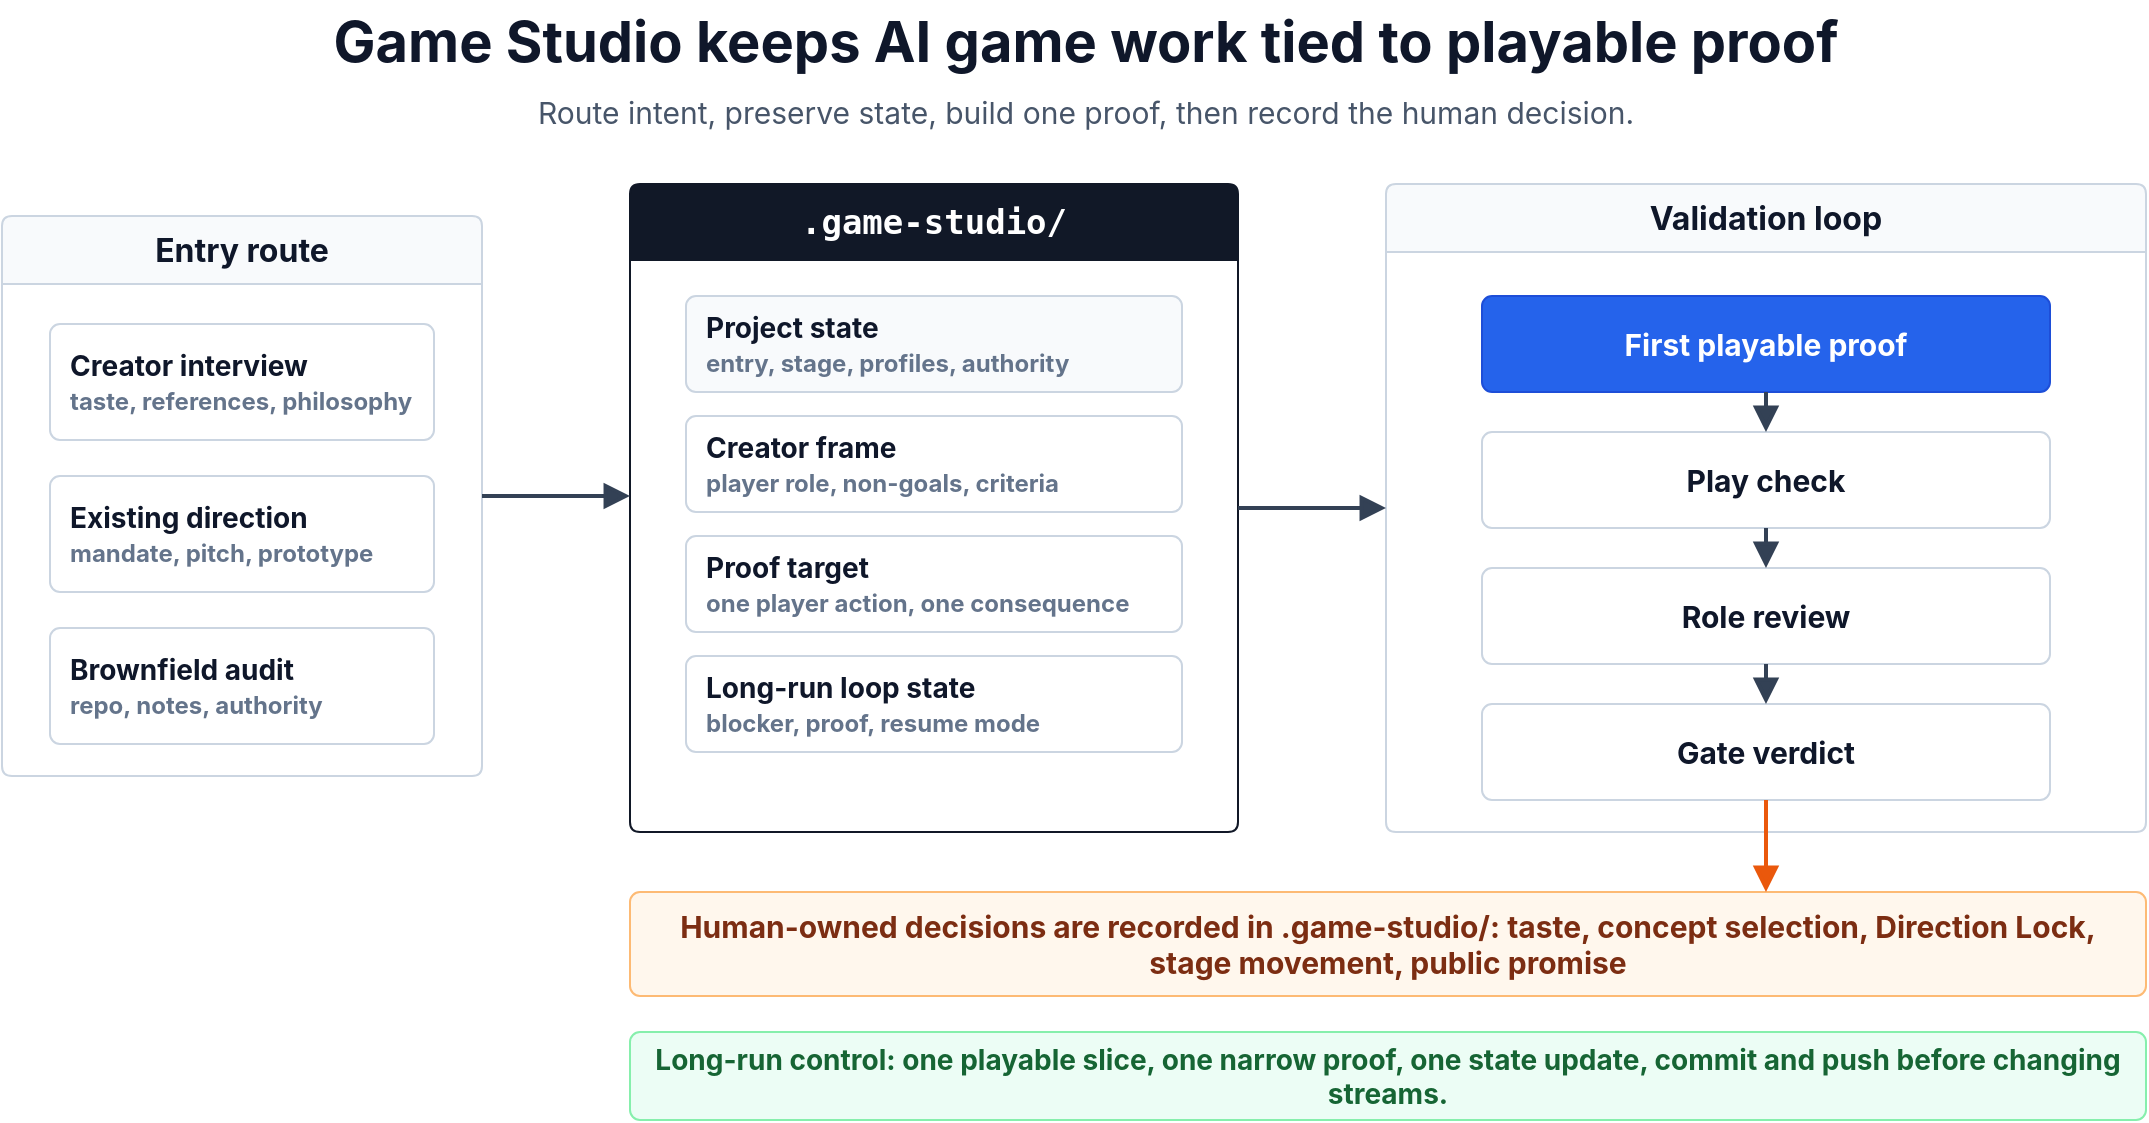
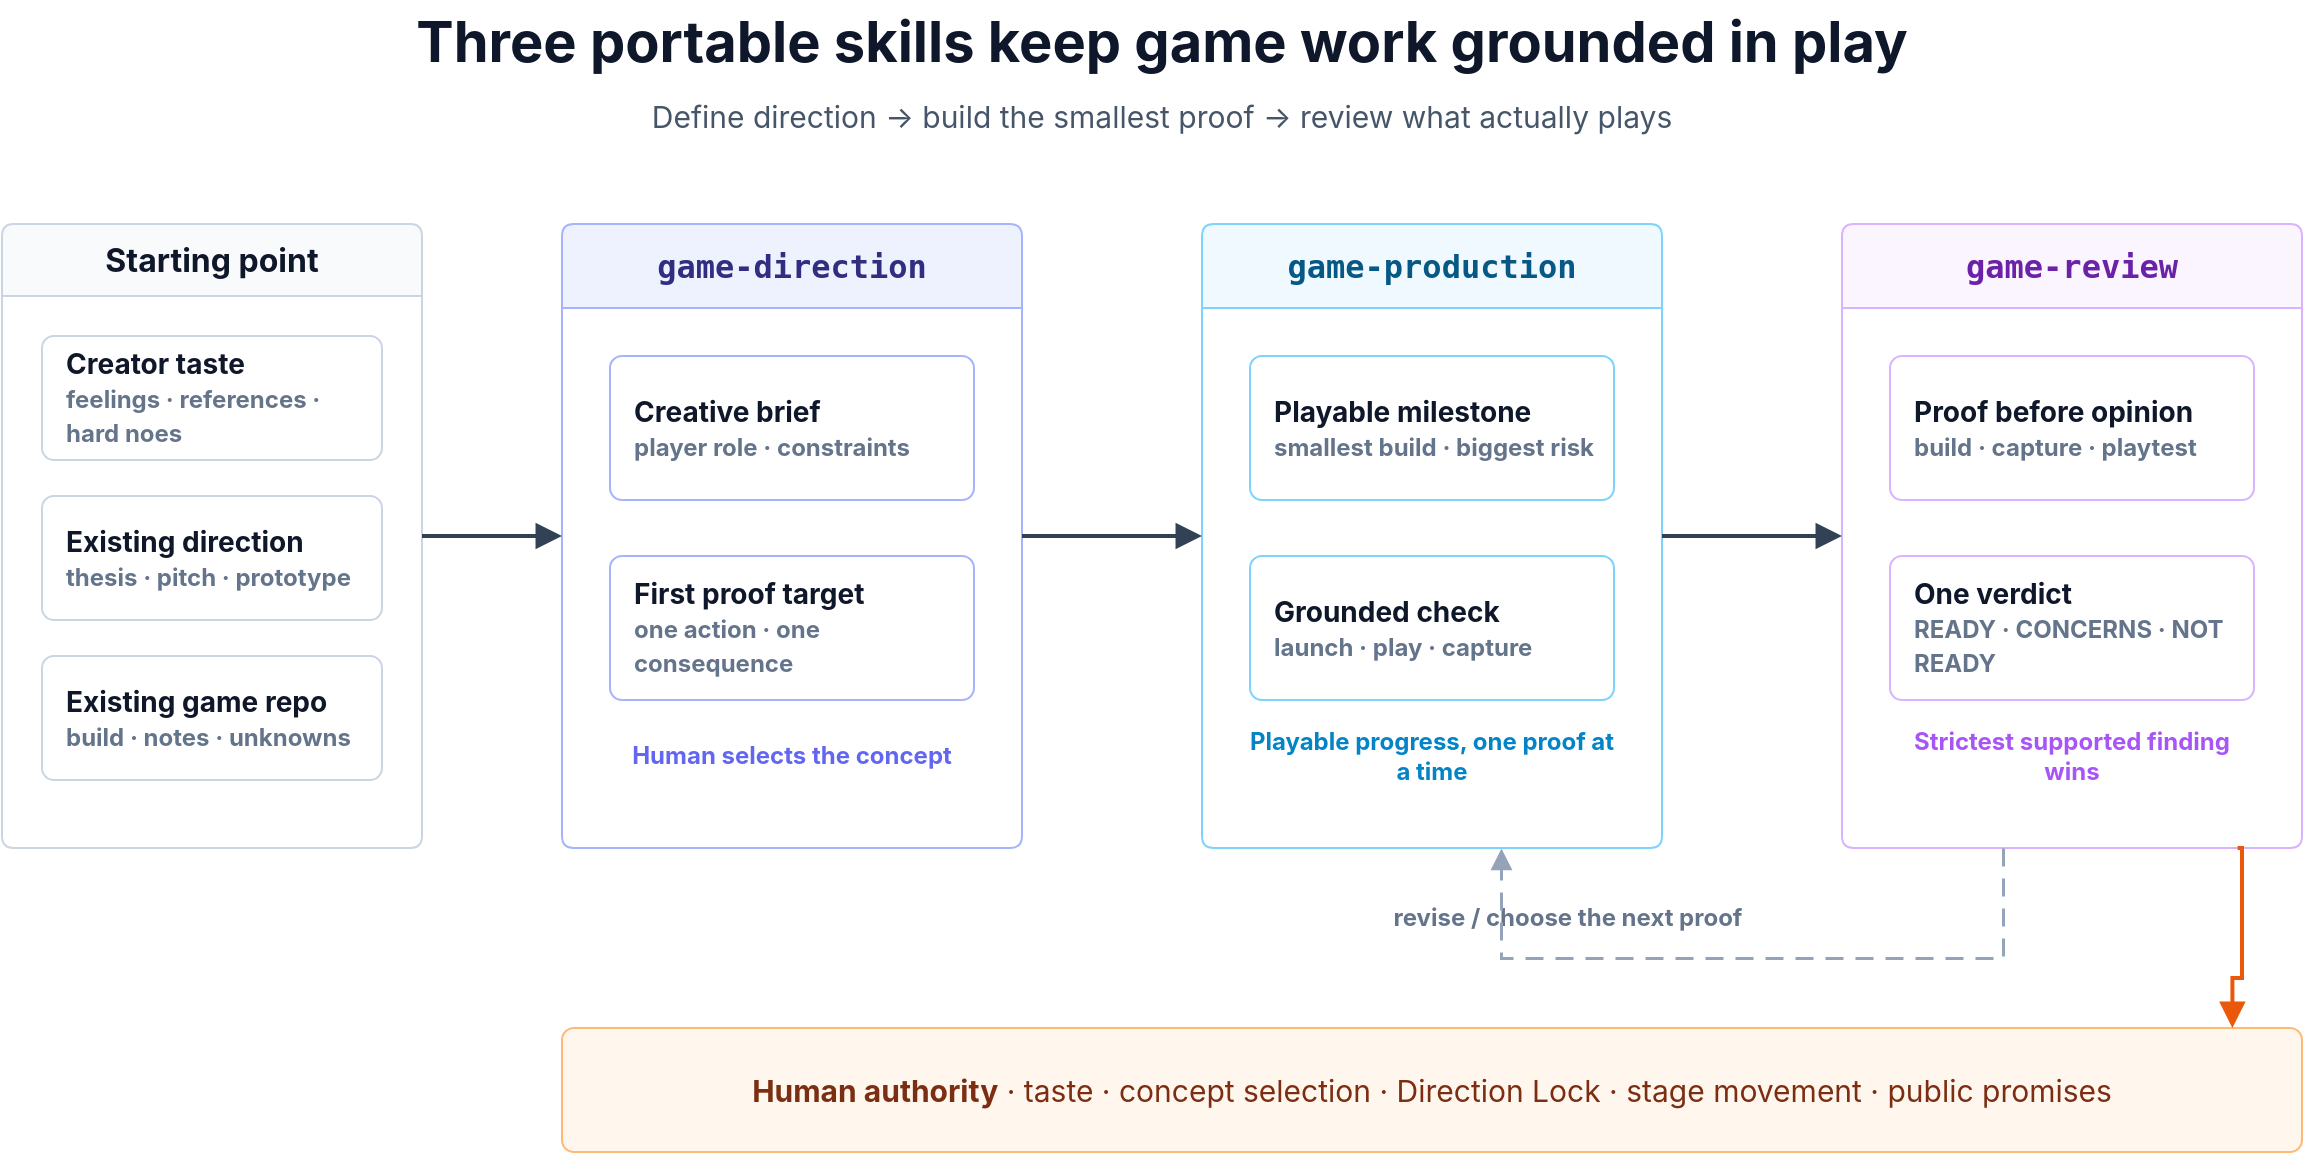
- <mxfile host="app.diagrams.net" modified="2026-05-18T00:00:00.000Z" agent="Codex" version="24.7.17" type="device">
+ <mxfile host="app.diagrams.net" modified="2026-07-10T00:00:00.000Z" agent="Codex" version="29.6.6" type="device">
  <diagram id="readme-game-studio-map" name="README game studio map">
-     <mxGraphModel dx="1200" dy="620" grid="1" gridSize="10" guides="1" tooltips="1" connect="1" arrows="1" fold="1" page="1" pageScale="1" pageWidth="1200" pageHeight="620" background="#FFFFFF" math="0" shadow="0" adaptiveColors="auto">
+     <mxGraphModel dx="1240" dy="640" grid="1" gridSize="10" guides="1" tooltips="1" connect="1" arrows="1" fold="1" page="1" pageScale="1" pageWidth="1240" pageHeight="640" background="#FFFFFF" math="0" shadow="0" adaptiveColors="auto">
      <root>
        <mxCell id="0" />
        <mxCell id="1" parent="0" />
-         <mxCell id="title" value="Game Studio keeps AI game work tied to playable proof" style="text;fontFamily=Inter,SF Pro Display,-apple-system,system-ui,Segoe UI,Roboto;strokeColor=none;fillColor=none;align=center;verticalAlign=middle;whiteSpace=wrap;fontSize=28;fontStyle=1;fontColor=#0F172A;spacing=0;html=1;" vertex="1" parent="1">
-           <mxGeometry x="200" y="28" width="800" height="42" as="geometry" />
+         <mxCell id="title" value="Three portable skills keep game work grounded in play" style="text;fontFamily=Inter,SF Pro Display,-apple-system,system-ui,Segoe UI,Roboto;strokeColor=none;fillColor=none;align=center;verticalAlign=middle;whiteSpace=wrap;fontSize=28;fontStyle=1;fontColor=#0F172A;spacing=0;html=1;" vertex="1" parent="1">
+           <mxGeometry x="190" y="26" width="860" height="42" as="geometry" />
        </mxCell>
-         <mxCell id="subtitle" value="Route intent, preserve state, build one proof, then record the human decision." style="text;fontFamily=Inter,SF Pro Display,-apple-system,system-ui,Segoe UI,Roboto;strokeColor=none;fillColor=none;align=center;verticalAlign=middle;whiteSpace=wrap;fontSize=15;fontColor=#475569;spacing=0;html=1;" vertex="1" parent="1">
-           <mxGeometry x="270" y="72" width="660" height="24" as="geometry" />
+         <mxCell id="subtitle" value="Define direction → build the smallest proof → review what actually plays" style="text;fontFamily=Inter,SF Pro Display,-apple-system,system-ui,Segoe UI,Roboto;strokeColor=none;fillColor=none;align=center;verticalAlign=middle;whiteSpace=wrap;fontSize=15;fontColor=#475569;spacing=0;html=1;" vertex="1" parent="1">
+           <mxGeometry x="270" y="72" width="700" height="24" as="geometry" />
        </mxCell>
-         <mxCell id="entry-panel" value="Entry route" style="swimlane;startSize=34;rounded=1;absoluteArcSize=1;arcSize=10;whiteSpace=wrap;fontFamily=Inter,SF Pro Display,-apple-system,system-ui,Segoe UI,Roboto;fontSize=16;fontStyle=1;fontColor=#0F172A;fillColor=#F8FAFC;strokeColor=#CBD5E1;html=1;" vertex="1" parent="1">
-           <mxGeometry x="58" y="136" width="240" height="280" as="geometry" />
+         <mxCell id="entry-panel" value="Starting point" style="swimlane;startSize=36;rounded=1;absoluteArcSize=1;arcSize=12;whiteSpace=wrap;fontFamily=Inter,SF Pro Display,-apple-system,system-ui,Segoe UI,Roboto;fontSize=16;fontStyle=1;fontColor=#0F172A;fillColor=#F8FAFC;strokeColor=#CBD5E1;html=1;" vertex="1" parent="1">
+           <mxGeometry x="40" y="138" width="210" height="312" as="geometry" />
        </mxCell>
-         <mxCell id="entry-interview" value="Creator interview&lt;br&gt;&lt;font style=&quot;font-size:12px;color:#64748B;&quot;&gt;taste, references, philosophy&lt;/font&gt;" style="rounded=1;absoluteArcSize=1;arcSize=10;whiteSpace=wrap;fontFamily=Inter,SF Pro Display,-apple-system,system-ui,Segoe UI,Roboto;spacing=10;fillColor=#FFFFFF;strokeColor=#CBD5E1;fontColor=#0F172A;fontSize=14;fontStyle=1;align=left;html=1;" vertex="1" parent="entry-panel">
-           <mxGeometry x="24" y="54" width="192" height="58" as="geometry" />
+         <mxCell id="entry-taste" value="Creator taste&lt;br&gt;&lt;font style=&quot;font-size:12px;color:#64748B;&quot;&gt;feelings · references · hard noes&lt;/font&gt;" style="rounded=1;absoluteArcSize=1;arcSize=12;whiteSpace=wrap;fontFamily=Inter,SF Pro Display,-apple-system,system-ui,Segoe UI,Roboto;spacing=12;fillColor=#FFFFFF;strokeColor=#CBD5E1;fontColor=#0F172A;fontSize=14;fontStyle=1;align=left;html=1;" vertex="1" parent="entry-panel">
+           <mxGeometry x="20" y="56" width="170" height="62" as="geometry" />
        </mxCell>
-         <mxCell id="entry-direction" value="Existing direction&lt;br&gt;&lt;font style=&quot;font-size:12px;color:#64748B;&quot;&gt;mandate, pitch, prototype&lt;/font&gt;" style="rounded=1;absoluteArcSize=1;arcSize=10;whiteSpace=wrap;fontFamily=Inter,SF Pro Display,-apple-system,system-ui,Segoe UI,Roboto;spacing=10;fillColor=#FFFFFF;strokeColor=#CBD5E1;fontColor=#0F172A;fontSize=14;fontStyle=1;align=left;html=1;" vertex="1" parent="entry-panel">
-           <mxGeometry x="24" y="130" width="192" height="58" as="geometry" />
+         <mxCell id="entry-direction" value="Existing direction&lt;br&gt;&lt;font style=&quot;font-size:12px;color:#64748B;&quot;&gt;thesis · pitch · prototype&lt;/font&gt;" style="rounded=1;absoluteArcSize=1;arcSize=12;whiteSpace=wrap;fontFamily=Inter,SF Pro Display,-apple-system,system-ui,Segoe UI,Roboto;spacing=12;fillColor=#FFFFFF;strokeColor=#CBD5E1;fontColor=#0F172A;fontSize=14;fontStyle=1;align=left;html=1;" vertex="1" parent="entry-panel">
+           <mxGeometry x="20" y="136" width="170" height="62" as="geometry" />
        </mxCell>
-         <mxCell id="entry-brownfield" value="Brownfield audit&lt;br&gt;&lt;font style=&quot;font-size:12px;color:#64748B;&quot;&gt;repo, notes, authority&lt;/font&gt;" style="rounded=1;absoluteArcSize=1;arcSize=10;whiteSpace=wrap;fontFamily=Inter,SF Pro Display,-apple-system,system-ui,Segoe UI,Roboto;spacing=10;fillColor=#FFFFFF;strokeColor=#CBD5E1;fontColor=#0F172A;fontSize=14;fontStyle=1;align=left;html=1;" vertex="1" parent="entry-panel">
-           <mxGeometry x="24" y="206" width="192" height="58" as="geometry" />
+         <mxCell id="entry-repo" value="Existing game repo&lt;br&gt;&lt;font style=&quot;font-size:12px;color:#64748B;&quot;&gt;build · notes · unknowns&lt;/font&gt;" style="rounded=1;absoluteArcSize=1;arcSize=12;whiteSpace=wrap;fontFamily=Inter,SF Pro Display,-apple-system,system-ui,Segoe UI,Roboto;spacing=12;fillColor=#FFFFFF;strokeColor=#CBD5E1;fontColor=#0F172A;fontSize=14;fontStyle=1;align=left;html=1;" vertex="1" parent="entry-panel">
+           <mxGeometry x="20" y="216" width="170" height="62" as="geometry" />
        </mxCell>
-         <mxCell id="state-panel" value=".game-studio/" style="swimlane;startSize=38;rounded=1;absoluteArcSize=1;arcSize=10;whiteSpace=wrap;fontFamily=SF Mono,Menlo,Consolas,monospace;fontSize=17;fontStyle=1;fontColor=#FFFFFF;fillColor=#111827;strokeColor=#111827;spacing=10;html=1;" vertex="1" parent="1">
-           <mxGeometry x="372" y="120" width="304" height="324" as="geometry" />
+         <mxCell id="direction-panel" value="game-direction" style="swimlane;startSize=42;rounded=1;absoluteArcSize=1;arcSize=12;whiteSpace=wrap;fontFamily=SF Mono,Menlo,Consolas,monospace;fontSize=16;fontStyle=1;fontColor=#312E81;fillColor=#EEF2FF;strokeColor=#A5B4FC;spacing=10;html=1;" vertex="1" parent="1">
+           <mxGeometry x="320" y="138" width="230" height="312" as="geometry" />
        </mxCell>
-         <mxCell id="state-project" value="Project state&lt;br&gt;&lt;font style=&quot;font-size:12px;color:#64748B;&quot;&gt;entry, stage, profiles, authority&lt;/font&gt;" style="rounded=1;absoluteArcSize=1;arcSize=10;whiteSpace=wrap;fontFamily=Inter,SF Pro Display,-apple-system,system-ui,Segoe UI,Roboto;spacing=10;fillColor=#F8FAFC;strokeColor=#CBD5E1;fontColor=#0F172A;fontSize=14;fontStyle=1;align=left;html=1;" vertex="1" parent="state-panel">
-           <mxGeometry x="28" y="56" width="248" height="48" as="geometry" />
+         <mxCell id="direction-brief" value="Creative brief&lt;br&gt;&lt;font style=&quot;font-size:12px;color:#64748B;&quot;&gt;player role · constraints&lt;/font&gt;" style="rounded=1;absoluteArcSize=1;arcSize=12;whiteSpace=wrap;fontFamily=Inter,SF Pro Display,-apple-system,system-ui,Segoe UI,Roboto;spacing=12;fillColor=#FFFFFF;strokeColor=#A5B4FC;fontColor=#0F172A;fontSize=14;fontStyle=1;align=left;html=1;" vertex="1" parent="direction-panel">
+           <mxGeometry x="24" y="66" width="182" height="72" as="geometry" />
        </mxCell>
-         <mxCell id="state-frame" value="Creator frame&lt;br&gt;&lt;font style=&quot;font-size:12px;color:#64748B;&quot;&gt;player role, non-goals, criteria&lt;/font&gt;" style="rounded=1;absoluteArcSize=1;arcSize=10;whiteSpace=wrap;fontFamily=Inter,SF Pro Display,-apple-system,system-ui,Segoe UI,Roboto;spacing=10;fillColor=#FFFFFF;strokeColor=#CBD5E1;fontColor=#0F172A;fontSize=14;fontStyle=1;align=left;html=1;" vertex="1" parent="state-panel">
-           <mxGeometry x="28" y="116" width="248" height="48" as="geometry" />
+         <mxCell id="direction-target" value="First proof target&lt;br&gt;&lt;font style=&quot;font-size:12px;color:#64748B;&quot;&gt;one action · one consequence&lt;/font&gt;" style="rounded=1;absoluteArcSize=1;arcSize=12;whiteSpace=wrap;fontFamily=Inter,SF Pro Display,-apple-system,system-ui,Segoe UI,Roboto;spacing=12;fillColor=#FFFFFF;strokeColor=#A5B4FC;fontColor=#0F172A;fontSize=14;fontStyle=1;align=left;html=1;" vertex="1" parent="direction-panel">
+           <mxGeometry x="24" y="166" width="182" height="72" as="geometry" />
        </mxCell>
-         <mxCell id="state-proof" value="Proof target&lt;br&gt;&lt;font style=&quot;font-size:12px;color:#64748B;&quot;&gt;one player action, one consequence&lt;/font&gt;" style="rounded=1;absoluteArcSize=1;arcSize=10;whiteSpace=wrap;fontFamily=Inter,SF Pro Display,-apple-system,system-ui,Segoe UI,Roboto;spacing=10;fillColor=#FFFFFF;strokeColor=#CBD5E1;fontColor=#0F172A;fontSize=14;fontStyle=1;align=left;html=1;" vertex="1" parent="state-panel">
-           <mxGeometry x="28" y="176" width="248" height="48" as="geometry" />
+         <mxCell id="direction-note" value="Human selects the concept" style="text;fontFamily=Inter,SF Pro Display,-apple-system,system-ui,Segoe UI,Roboto;strokeColor=none;fillColor=none;align=center;verticalAlign=middle;whiteSpace=wrap;fontSize=12;fontColor=#6366F1;fontStyle=1;html=1;" vertex="1" parent="direction-panel">
+           <mxGeometry x="24" y="254" width="182" height="24" as="geometry" />
        </mxCell>
-         <mxCell id="state-long-run" value="Long-run loop state&lt;br&gt;&lt;font style=&quot;font-size:12px;color:#64748B;&quot;&gt;blocker, proof, resume mode&lt;/font&gt;" style="rounded=1;absoluteArcSize=1;arcSize=10;whiteSpace=wrap;fontFamily=Inter,SF Pro Display,-apple-system,system-ui,Segoe UI,Roboto;spacing=10;fillColor=#FFFFFF;strokeColor=#CBD5E1;fontColor=#0F172A;fontSize=14;fontStyle=1;align=left;html=1;" vertex="1" parent="state-panel">
-           <mxGeometry x="28" y="236" width="248" height="48" as="geometry" />
+         <mxCell id="production-panel" value="game-production" style="swimlane;startSize=42;rounded=1;absoluteArcSize=1;arcSize=12;whiteSpace=wrap;fontFamily=SF Mono,Menlo,Consolas,monospace;fontSize=16;fontStyle=1;fontColor=#075985;fillColor=#F0F9FF;strokeColor=#7DD3FC;spacing=10;html=1;" vertex="1" parent="1">
+           <mxGeometry x="640" y="138" width="230" height="312" as="geometry" />
        </mxCell>
-         <mxCell id="loop-panel" value="Validation loop" style="swimlane;startSize=34;rounded=1;absoluteArcSize=1;arcSize=10;whiteSpace=wrap;fontFamily=Inter,SF Pro Display,-apple-system,system-ui,Segoe UI,Roboto;fontSize=16;fontStyle=1;fontColor=#0F172A;fillColor=#F8FAFC;strokeColor=#CBD5E1;spacing=10;html=1;" vertex="1" parent="1">
-           <mxGeometry x="750" y="120" width="380" height="324" as="geometry" />
+         <mxCell id="production-build" value="Playable milestone&lt;br&gt;&lt;font style=&quot;font-size:12px;color:#64748B;&quot;&gt;smallest build · biggest risk&lt;/font&gt;" style="rounded=1;absoluteArcSize=1;arcSize=12;whiteSpace=wrap;fontFamily=Inter,SF Pro Display,-apple-system,system-ui,Segoe UI,Roboto;spacing=12;fillColor=#FFFFFF;strokeColor=#7DD3FC;fontColor=#0F172A;fontSize=14;fontStyle=1;align=left;html=1;" vertex="1" parent="production-panel">
+           <mxGeometry x="24" y="66" width="182" height="72" as="geometry" />
        </mxCell>
-         <mxCell id="first-proof" value="First playable proof" style="rounded=1;absoluteArcSize=1;arcSize=10;whiteSpace=wrap;fontFamily=Inter,SF Pro Display,-apple-system,system-ui,Segoe UI,Roboto;spacing=8;fillColor=#2563EB;strokeColor=#1D4ED8;fontColor=#FFFFFF;fontSize=15;fontStyle=1;align=center;html=1;" vertex="1" parent="loop-panel">
-           <mxGeometry x="48" y="56" width="284" height="48" as="geometry" />
+         <mxCell id="production-check" value="Grounded check&lt;br&gt;&lt;font style=&quot;font-size:12px;color:#64748B;&quot;&gt;launch · play · capture&lt;/font&gt;" style="rounded=1;absoluteArcSize=1;arcSize=12;whiteSpace=wrap;fontFamily=Inter,SF Pro Display,-apple-system,system-ui,Segoe UI,Roboto;spacing=12;fillColor=#FFFFFF;strokeColor=#7DD3FC;fontColor=#0F172A;fontSize=14;fontStyle=1;align=left;html=1;" vertex="1" parent="production-panel">
+           <mxGeometry x="24" y="166" width="182" height="72" as="geometry" />
        </mxCell>
-         <mxCell id="play-check" value="Play check" style="rounded=1;absoluteArcSize=1;arcSize=10;whiteSpace=wrap;fontFamily=Inter,SF Pro Display,-apple-system,system-ui,Segoe UI,Roboto;spacing=8;fillColor=#FFFFFF;strokeColor=#CBD5E1;fontColor=#0F172A;fontSize=15;fontStyle=1;align=center;html=1;" vertex="1" parent="loop-panel">
-           <mxGeometry x="48" y="124" width="284" height="48" as="geometry" />
+         <mxCell id="production-note" value="Playable progress, one proof at a time" style="text;fontFamily=Inter,SF Pro Display,-apple-system,system-ui,Segoe UI,Roboto;strokeColor=none;fillColor=none;align=center;verticalAlign=middle;whiteSpace=wrap;fontSize=12;fontColor=#0284C7;fontStyle=1;html=1;" vertex="1" parent="production-panel">
+           <mxGeometry x="20" y="254" width="190" height="24" as="geometry" />
        </mxCell>
-         <mxCell id="role-review" value="Role review" style="rounded=1;absoluteArcSize=1;arcSize=10;whiteSpace=wrap;fontFamily=Inter,SF Pro Display,-apple-system,system-ui,Segoe UI,Roboto;spacing=8;fillColor=#FFFFFF;strokeColor=#CBD5E1;fontColor=#0F172A;fontSize=15;fontStyle=1;align=center;html=1;" vertex="1" parent="loop-panel">
-           <mxGeometry x="48" y="192" width="284" height="48" as="geometry" />
+         <mxCell id="review-panel" value="game-review" style="swimlane;startSize=42;rounded=1;absoluteArcSize=1;arcSize=12;whiteSpace=wrap;fontFamily=SF Mono,Menlo,Consolas,monospace;fontSize=16;fontStyle=1;fontColor=#6B21A8;fillColor=#FAF5FF;strokeColor=#D8B4FE;spacing=10;html=1;" vertex="1" parent="1">
+           <mxGeometry x="960" y="138" width="230" height="312" as="geometry" />
        </mxCell>
-         <mxCell id="gate-verdict" value="Gate verdict" style="rounded=1;absoluteArcSize=1;arcSize=10;whiteSpace=wrap;fontFamily=Inter,SF Pro Display,-apple-system,system-ui,Segoe UI,Roboto;spacing=8;fillColor=#FFFFFF;strokeColor=#CBD5E1;fontColor=#0F172A;fontSize=15;fontStyle=1;align=center;html=1;" vertex="1" parent="loop-panel">
-           <mxGeometry x="48" y="260" width="284" height="48" as="geometry" />
+         <mxCell id="review-proof" value="Proof before opinion&lt;br&gt;&lt;font style=&quot;font-size:12px;color:#64748B;&quot;&gt;build · capture · playtest&lt;/font&gt;" style="rounded=1;absoluteArcSize=1;arcSize=12;whiteSpace=wrap;fontFamily=Inter,SF Pro Display,-apple-system,system-ui,Segoe UI,Roboto;spacing=12;fillColor=#FFFFFF;strokeColor=#D8B4FE;fontColor=#0F172A;fontSize=14;fontStyle=1;align=left;html=1;" vertex="1" parent="review-panel">
+           <mxGeometry x="24" y="66" width="182" height="72" as="geometry" />
        </mxCell>
-         <mxCell id="decision-strip" value="Human-owned decisions are recorded in .game-studio/: taste, concept selection, Direction Lock, stage movement, public promise" style="rounded=1;absoluteArcSize=1;arcSize=10;whiteSpace=wrap;fontFamily=Inter,SF Pro Display,-apple-system,system-ui,Segoe UI,Roboto;spacing=12;fillColor=#FFF7ED;strokeColor=#FDBA74;fontColor=#7C2D12;fontSize=15;fontStyle=1;align=center;html=1;" vertex="1" parent="1">
-           <mxGeometry x="372" y="474" width="758" height="52" as="geometry" />
+         <mxCell id="review-verdict" value="One verdict&lt;br&gt;&lt;font style=&quot;font-size:12px;color:#64748B;&quot;&gt;READY · CONCERNS · NOT READY&lt;/font&gt;" style="rounded=1;absoluteArcSize=1;arcSize=12;whiteSpace=wrap;fontFamily=Inter,SF Pro Display,-apple-system,system-ui,Segoe UI,Roboto;spacing=12;fillColor=#FFFFFF;strokeColor=#D8B4FE;fontColor=#0F172A;fontSize=14;fontStyle=1;align=left;html=1;" vertex="1" parent="review-panel">
+           <mxGeometry x="24" y="166" width="182" height="72" as="geometry" />
        </mxCell>
-         <mxCell id="long-run-strip" value="Long-run control: one playable slice, one narrow proof, one state update, commit and push before changing streams." style="rounded=1;absoluteArcSize=1;arcSize=10;whiteSpace=wrap;fontFamily=Inter,SF Pro Display,-apple-system,system-ui,Segoe UI,Roboto;spacing=12;fillColor=#ECFDF5;strokeColor=#86EFAC;fontColor=#166534;fontSize=14;fontStyle=1;align=center;html=1;" vertex="1" parent="1">
-           <mxGeometry x="372" y="544" width="758" height="44" as="geometry" />
+         <mxCell id="review-note" value="Strictest supported finding wins" style="text;fontFamily=Inter,SF Pro Display,-apple-system,system-ui,Segoe UI,Roboto;strokeColor=none;fillColor=none;align=center;verticalAlign=middle;whiteSpace=wrap;fontSize=12;fontColor=#A855F7;fontStyle=1;html=1;" vertex="1" parent="review-panel">
+           <mxGeometry x="20" y="254" width="190" height="24" as="geometry" />
        </mxCell>
-         <mxCell id="entry-to-state" value="" style="edgeStyle=orthogonalEdgeStyle;rounded=0;orthogonalLoop=1;jettySize=auto;strokeColor=#334155;strokeWidth=2;endArrow=block;endFill=1;endSize=8;html=1;" edge="1" parent="1">
+         <mxCell id="loop-label" value="revise / choose the next proof" style="text;fontFamily=Inter,SF Pro Display,-apple-system,system-ui,Segoe UI,Roboto;strokeColor=none;fillColor=#FFFFFF;align=center;verticalAlign=middle;whiteSpace=wrap;fontSize=12;fontColor=#64748B;fontStyle=1;html=1;" vertex="1" parent="1">
+           <mxGeometry x="728" y="474" width="190" height="22" as="geometry" />
+         </mxCell>
+         <mxCell id="human-authority" value="&lt;b&gt;Human authority&lt;/b&gt; · taste · concept selection · Direction Lock · stage movement · public promises" style="rounded=1;absoluteArcSize=1;arcSize=12;whiteSpace=wrap;fontFamily=Inter,SF Pro Display,-apple-system,system-ui,Segoe UI,Roboto;spacing=14;fillColor=#FFF7ED;strokeColor=#FDBA74;fontColor=#7C2D12;fontSize=15;align=center;html=1;" vertex="1" parent="1">
+           <mxGeometry x="320" y="540" width="870" height="62" as="geometry" />
+         </mxCell>
+         <mxCell id="entry-to-direction" value="" style="edgeStyle=orthogonalEdgeStyle;rounded=0;orthogonalLoop=1;jettySize=auto;exitX=1;exitY=0.5;exitDx=0;exitDy=0;entryX=0;entryY=0.5;entryDx=0;entryDy=0;strokeColor=#334155;strokeWidth=2;endArrow=block;endFill=1;endSize=8;html=1;" edge="1" parent="1" source="entry-panel" target="direction-panel">
          <mxGeometry relative="1" as="geometry">
-             <mxPoint x="298" y="276" as="sourcePoint" />
-             <mxPoint x="372" y="276" as="targetPoint" />
+             <mxPoint x="250" y="294" as="sourcePoint" />
+             <mxPoint x="320" y="294" as="targetPoint" />
          </mxGeometry>
        </mxCell>
-         <mxCell id="state-to-loop" value="" style="edgeStyle=orthogonalEdgeStyle;rounded=0;orthogonalLoop=1;jettySize=auto;strokeColor=#334155;strokeWidth=2;endArrow=block;endFill=1;endSize=8;html=1;" edge="1" parent="1">
+         <mxCell id="direction-to-production" value="" style="edgeStyle=orthogonalEdgeStyle;rounded=0;orthogonalLoop=1;jettySize=auto;exitX=1;exitY=0.5;exitDx=0;exitDy=0;entryX=0;entryY=0.5;entryDx=0;entryDy=0;strokeColor=#334155;strokeWidth=2;endArrow=block;endFill=1;endSize=8;html=1;" edge="1" parent="1" source="direction-panel" target="production-panel">
          <mxGeometry relative="1" as="geometry">
-             <mxPoint x="676" y="282" as="sourcePoint" />
-             <mxPoint x="750" y="282" as="targetPoint" />
+             <mxPoint x="550" y="294" as="sourcePoint" />
+             <mxPoint x="640" y="294" as="targetPoint" />
          </mxGeometry>
        </mxCell>
-         <mxCell id="proof-to-check" value="" style="edgeStyle=orthogonalEdgeStyle;rounded=0;orthogonalLoop=1;jettySize=auto;strokeColor=#334155;strokeWidth=2;endArrow=block;endFill=1;endSize=8;html=1;" edge="1" parent="1">
+         <mxCell id="production-to-review" value="" style="edgeStyle=orthogonalEdgeStyle;rounded=0;orthogonalLoop=1;jettySize=auto;exitX=1;exitY=0.5;exitDx=0;exitDy=0;entryX=0;entryY=0.5;entryDx=0;entryDy=0;strokeColor=#334155;strokeWidth=2;endArrow=block;endFill=1;endSize=8;html=1;" edge="1" parent="1" source="production-panel" target="review-panel">
          <mxGeometry relative="1" as="geometry">
-             <mxPoint x="940" y="224" as="sourcePoint" />
-             <mxPoint x="940" y="244" as="targetPoint" />
+             <mxPoint x="870" y="294" as="sourcePoint" />
+             <mxPoint x="960" y="294" as="targetPoint" />
          </mxGeometry>
        </mxCell>
-         <mxCell id="check-to-review" value="" style="edgeStyle=orthogonalEdgeStyle;rounded=0;orthogonalLoop=1;jettySize=auto;strokeColor=#334155;strokeWidth=2;endArrow=block;endFill=1;endSize=8;html=1;" edge="1" parent="1">
+         <mxCell id="review-to-production" value="" style="edgeStyle=orthogonalEdgeStyle;rounded=0;orthogonalLoop=1;jettySize=auto;exitX=0.35;exitY=1;exitDx=0;exitDy=0;entryX=0.65;entryY=1;entryDx=0;entryDy=0;strokeColor=#94A3B8;strokeWidth=1.5;dashed=1;dashPattern=6 4;endArrow=block;endFill=1;endSize=7;html=1;" edge="1" parent="1" source="review-panel" target="production-panel">
          <mxGeometry relative="1" as="geometry">
-             <mxPoint x="940" y="292" as="sourcePoint" />
-             <mxPoint x="940" y="312" as="targetPoint" />
+             <Array as="points">
+               <mxPoint x="1040" y="505" />
+               <mxPoint x="790" y="505" />
+             </Array>
          </mxGeometry>
        </mxCell>
-         <mxCell id="review-to-gate" value="" style="edgeStyle=orthogonalEdgeStyle;rounded=0;orthogonalLoop=1;jettySize=auto;strokeColor=#334155;strokeWidth=2;endArrow=block;endFill=1;endSize=8;html=1;" edge="1" parent="1">
+         <mxCell id="review-to-human" value="" style="edgeStyle=orthogonalEdgeStyle;rounded=0;orthogonalLoop=1;jettySize=auto;exitX=0.86;exitY=1;exitDx=0;exitDy=0;entryX=0.96;entryY=0;entryDx=0;entryDy=0;strokeColor=#EA580C;strokeWidth=2;endArrow=block;endFill=1;endSize=8;html=1;" edge="1" parent="1" source="review-panel" target="human-authority">
          <mxGeometry relative="1" as="geometry">
-             <mxPoint x="940" y="360" as="sourcePoint" />
-             <mxPoint x="940" y="380" as="targetPoint" />
-           </mxGeometry>
-         </mxCell>
-         <mxCell id="gate-to-decision" value="" style="edgeStyle=orthogonalEdgeStyle;rounded=0;orthogonalLoop=1;jettySize=auto;strokeColor=#EA580C;strokeWidth=2;endArrow=block;endFill=1;endSize=8;html=1;" edge="1" parent="1">
-           <mxGeometry relative="1" as="geometry">
-             <mxPoint x="940" y="428" as="sourcePoint" />
-             <mxPoint x="940" y="474" as="targetPoint" />
+             <Array as="points">
+               <mxPoint x="1160" y="515" />
+               <mxPoint x="1155" y="515" />
+             </Array>
          </mxGeometry>
        </mxCell>
      </root>
    </mxGraphModel>
  </diagram>
</mxfile>
